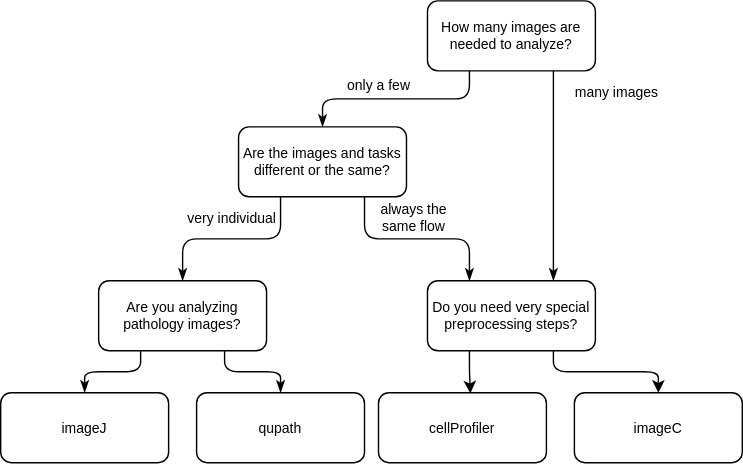
Before: docs/intro/images/decission_matrix.drawio.svg, a diagram exported from draw.io (joda01/imagec-doc). Source tidied: cells renumbered, new cells last; positions are measured from the earlier drawing's top-left corner, leaving out a move shared by most shapes. The source it was exported from:
```xml
<mxGraphModel>
  <root>
    <mxCell id="0" />
    <mxCell id="1" parent="0" />
    <mxCell id="2" style="edgeStyle=orthogonalEdgeStyle;html=1;exitX=0.25;exitY=1;exitDx=0;exitDy=0;entryX=0.5;entryY=0;entryDx=0;entryDy=0;fontSize=10;endArrow=classicThin;endFill=1;" parent="1" edge="1" source="4" target="7">
      <mxGeometry relative="1" as="geometry" />
    </mxCell>
    <mxCell id="3" style="edgeStyle=orthogonalEdgeStyle;html=1;exitX=0.75;exitY=1;exitDx=0;exitDy=0;entryX=0.75;entryY=0;entryDx=0;entryDy=0;fontSize=10;endArrow=classicThin;endFill=1;" parent="1" edge="1" source="4" target="11">
      <mxGeometry relative="1" as="geometry" />
    </mxCell>
    <mxCell id="4" value="How many images are needed to analyze?" style="rounded=1;whiteSpace=wrap;html=1;fontSize=10;" parent="1" vertex="1">
      <mxGeometry x="305" width="120" height="50" as="geometry" />
    </mxCell>
    <mxCell id="5" style="edgeStyle=orthogonalEdgeStyle;html=1;exitX=0.75;exitY=1;exitDx=0;exitDy=0;entryX=0.25;entryY=0;entryDx=0;entryDy=0;fontSize=10;endArrow=classicThin;endFill=1;" parent="1" edge="1" source="7" target="11">
      <mxGeometry relative="1" as="geometry" />
    </mxCell>
    <mxCell id="6" style="edgeStyle=orthogonalEdgeStyle;html=1;exitX=0.25;exitY=1;exitDx=0;exitDy=0;entryX=0.5;entryY=0;entryDx=0;entryDy=0;fontSize=10;endArrow=classicThin;endFill=1;" parent="1" edge="1" source="7" target="14">
      <mxGeometry relative="1" as="geometry" />
    </mxCell>
    <mxCell id="7" value="Are the images and tasks different or the same?" style="rounded=1;whiteSpace=wrap;html=1;fontSize=10;" parent="1" vertex="1">
      <mxGeometry x="170" y="90" width="120" height="50" as="geometry" />
    </mxCell>
    <mxCell id="8" value="only a few" style="text;html=1;align=center;verticalAlign=middle;strokeColor=none;fillColor=none;fontSize=10;" parent="1" vertex="1">
      <mxGeometry x="235" y="45" width="70" height="30" as="geometry" />
    </mxCell>
    <mxCell id="9" style="edgeStyle=orthogonalEdgeStyle;html=1;exitX=0.25;exitY=1;exitDx=0;exitDy=0;entryX=0.547;entryY=0.009;entryDx=0;entryDy=0;entryPerimeter=0;" parent="1" edge="1" source="11" target="20">
      <mxGeometry relative="1" as="geometry" />
    </mxCell>
    <mxCell id="10" style="edgeStyle=orthogonalEdgeStyle;html=1;exitX=0.75;exitY=1;exitDx=0;exitDy=0;entryX=0.5;entryY=0;entryDx=0;entryDy=0;" parent="1" edge="1" source="11" target="21">
      <mxGeometry relative="1" as="geometry" />
    </mxCell>
    <mxCell id="11" value="Do you need very special preprocessing steps?" style="rounded=1;whiteSpace=wrap;html=1;fontSize=10;" parent="1" vertex="1">
      <mxGeometry x="305" y="200" width="120" height="50" as="geometry" />
    </mxCell>
    <mxCell id="12" style="edgeStyle=orthogonalEdgeStyle;html=1;exitX=0.25;exitY=1;exitDx=0;exitDy=0;entryX=0.5;entryY=0;entryDx=0;entryDy=0;fontSize=10;endArrow=classicThin;endFill=1;" parent="1" edge="1" source="14" target="16">
      <mxGeometry relative="1" as="geometry" />
    </mxCell>
    <mxCell id="13" style="edgeStyle=orthogonalEdgeStyle;html=1;exitX=0.75;exitY=1;exitDx=0;exitDy=0;entryX=0.5;entryY=0;entryDx=0;entryDy=0;fontSize=10;endArrow=classicThin;endFill=1;" parent="1" edge="1" source="14" target="17">
      <mxGeometry relative="1" as="geometry" />
    </mxCell>
    <mxCell id="14" value="&lt;div style=&quot;&quot;&gt;&lt;span style=&quot;background-color: initial;&quot;&gt;Are you analyzing pathology images?&lt;/span&gt;&lt;/div&gt;" style="rounded=1;whiteSpace=wrap;html=1;fontSize=10;align=center;" parent="1" vertex="1">
      <mxGeometry x="70" y="200" width="120" height="50" as="geometry" />
    </mxCell>
    <mxCell id="15" value="very individual" style="text;html=1;align=center;verticalAlign=middle;strokeColor=none;fillColor=none;fontSize=10;" parent="1" vertex="1">
      <mxGeometry x="120" y="140" width="90" height="30" as="geometry" />
    </mxCell>
    <mxCell id="16" value="&lt;div style=&quot;&quot;&gt;imageJ&lt;br&gt;&lt;/div&gt;" style="rounded=1;whiteSpace=wrap;html=1;fontSize=10;align=center;" parent="1" vertex="1">
      <mxGeometry y="280" width="120" height="50" as="geometry" />
    </mxCell>
    <mxCell id="17" value="&lt;div style=&quot;&quot;&gt;qupath&lt;br&gt;&lt;/div&gt;" style="rounded=1;whiteSpace=wrap;html=1;fontSize=10;align=center;" parent="1" vertex="1">
      <mxGeometry x="140" y="280" width="120" height="50" as="geometry" />
    </mxCell>
    <mxCell id="18" value="many images" style="text;html=1;align=center;verticalAlign=middle;strokeColor=none;fillColor=none;fontSize=10;" parent="1" vertex="1">
      <mxGeometry x="400" y="50" width="80" height="30" as="geometry" />
    </mxCell>
    <mxCell id="19" value="always the &lt;br&gt;same flow" style="text;html=1;align=center;verticalAlign=middle;strokeColor=none;fillColor=none;fontSize=10;" parent="1" vertex="1">
      <mxGeometry x="260" y="135" width="70" height="40" as="geometry" />
    </mxCell>
    <mxCell id="20" value="&lt;div style=&quot;&quot;&gt;cellProfiler&lt;br&gt;&lt;/div&gt;" style="rounded=1;whiteSpace=wrap;html=1;fontSize=10;align=center;" parent="1" vertex="1">
      <mxGeometry x="270" y="280" width="120" height="50" as="geometry" />
    </mxCell>
    <mxCell id="21" value="&lt;div style=&quot;&quot;&gt;imageC&lt;br&gt;&lt;/div&gt;" style="rounded=1;whiteSpace=wrap;html=1;fontSize=10;align=center;" parent="1" vertex="1">
      <mxGeometry x="410" y="280" width="120" height="50" as="geometry" />
    </mxCell>
  </root>
</mxGraphModel>
```
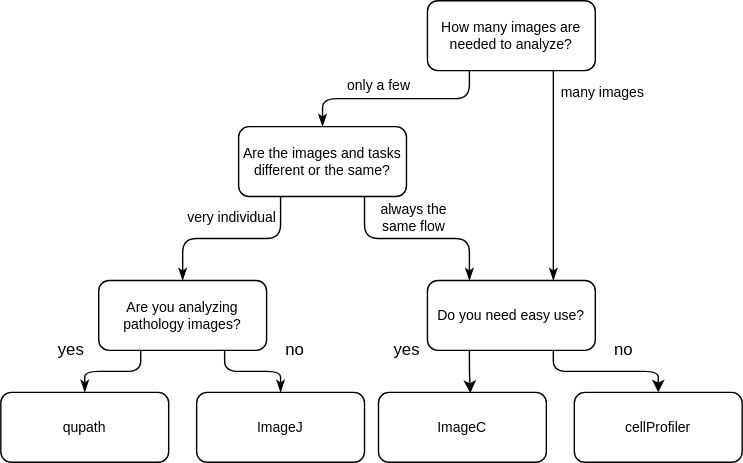
The same file after the commit.

What changed in the source:
```diff
@@ -29,7 +29,7 @@
     <mxCell id="10" style="edgeStyle=orthogonalEdgeStyle;html=1;exitX=0.75;exitY=1;exitDx=0;exitDy=0;entryX=0.5;entryY=0;entryDx=0;entryDy=0;" parent="1" edge="1" source="11" target="21">
       <mxGeometry relative="1" as="geometry" />
     </mxCell>
-    <mxCell id="11" value="Do you need very special preprocessing steps?" style="rounded=1;whiteSpace=wrap;html=1;fontSize=10;" parent="1" vertex="1">
+    <mxCell id="11" value="Do you need easy use?&amp;nbsp;" style="rounded=1;whiteSpace=wrap;html=1;fontSize=10;" parent="1" vertex="1">
       <mxGeometry x="305" y="200" width="120" height="50" as="geometry" />
     </mxCell>
     <mxCell id="12" style="edgeStyle=orthogonalEdgeStyle;html=1;exitX=0.25;exitY=1;exitDx=0;exitDy=0;entryX=0.5;entryY=0;entryDx=0;entryDy=0;fontSize=10;endArrow=classicThin;endFill=1;" parent="1" edge="1" source="14" target="16">
@@ -44,23 +44,35 @@
     <mxCell id="15" value="very individual" style="text;html=1;align=center;verticalAlign=middle;strokeColor=none;fillColor=none;fontSize=10;" parent="1" vertex="1">
       <mxGeometry x="120" y="140" width="90" height="30" as="geometry" />
     </mxCell>
-    <mxCell id="16" value="&lt;div style=&quot;&quot;&gt;imageJ&lt;br&gt;&lt;/div&gt;" style="rounded=1;whiteSpace=wrap;html=1;fontSize=10;align=center;" parent="1" vertex="1">
+    <mxCell id="16" value="&lt;div style=&quot;&quot;&gt;qupath&lt;br&gt;&lt;/div&gt;" style="rounded=1;whiteSpace=wrap;html=1;fontSize=10;align=center;" parent="1" vertex="1">
       <mxGeometry y="280" width="120" height="50" as="geometry" />
     </mxCell>
-    <mxCell id="17" value="&lt;div style=&quot;&quot;&gt;qupath&lt;br&gt;&lt;/div&gt;" style="rounded=1;whiteSpace=wrap;html=1;fontSize=10;align=center;" parent="1" vertex="1">
+    <mxCell id="17" value="&lt;div style=&quot;&quot;&gt;ImageJ&lt;br&gt;&lt;/div&gt;" style="rounded=1;whiteSpace=wrap;html=1;fontSize=10;align=center;" parent="1" vertex="1">
       <mxGeometry x="140" y="280" width="120" height="50" as="geometry" />
     </mxCell>
     <mxCell id="18" value="many images" style="text;html=1;align=center;verticalAlign=middle;strokeColor=none;fillColor=none;fontSize=10;" parent="1" vertex="1">
-      <mxGeometry x="400" y="50" width="80" height="30" as="geometry" />
+      <mxGeometry x="390" y="50" width="80" height="30" as="geometry" />
     </mxCell>
     <mxCell id="19" value="always the &lt;br&gt;same flow" style="text;html=1;align=center;verticalAlign=middle;strokeColor=none;fillColor=none;fontSize=10;" parent="1" vertex="1">
       <mxGeometry x="260" y="135" width="70" height="40" as="geometry" />
     </mxCell>
-    <mxCell id="20" value="&lt;div style=&quot;&quot;&gt;cellProfiler&lt;br&gt;&lt;/div&gt;" style="rounded=1;whiteSpace=wrap;html=1;fontSize=10;align=center;" parent="1" vertex="1">
+    <mxCell id="20" value="&lt;div style=&quot;&quot;&gt;ImageC&lt;br&gt;&lt;/div&gt;" style="rounded=1;whiteSpace=wrap;html=1;fontSize=10;align=center;" parent="1" vertex="1">
       <mxGeometry x="270" y="280" width="120" height="50" as="geometry" />
     </mxCell>
-    <mxCell id="21" value="&lt;div style=&quot;&quot;&gt;imageC&lt;br&gt;&lt;/div&gt;" style="rounded=1;whiteSpace=wrap;html=1;fontSize=10;align=center;" parent="1" vertex="1">
+    <mxCell id="21" value="&lt;div style=&quot;&quot;&gt;cellProfiler&lt;br&gt;&lt;/div&gt;" style="rounded=1;whiteSpace=wrap;html=1;fontSize=10;align=center;" parent="1" vertex="1">
       <mxGeometry x="410" y="280" width="120" height="50" as="geometry" />
     </mxCell>
+    <mxCell id="22" value="yes" style="text;html=1;align=center;verticalAlign=middle;strokeColor=none;fillColor=none;" parent="1" vertex="1">
+      <mxGeometry x="30" y="235" width="40" height="30" as="geometry" />
+    </mxCell>
+    <mxCell id="23" value="no" style="text;html=1;align=center;verticalAlign=middle;strokeColor=none;fillColor=none;" parent="1" vertex="1">
+      <mxGeometry x="190" y="235" width="40" height="30" as="geometry" />
+    </mxCell>
+    <mxCell id="24" value="yes" style="text;html=1;align=center;verticalAlign=middle;strokeColor=none;fillColor=none;" parent="1" vertex="1">
+      <mxGeometry x="270" y="235" width="40" height="30" as="geometry" />
+    </mxCell>
+    <mxCell id="25" value="no" style="text;html=1;align=center;verticalAlign=middle;strokeColor=none;fillColor=none;" parent="1" vertex="1">
+      <mxGeometry x="425" y="235" width="40" height="30" as="geometry" />
+    </mxCell>
   </root>
 </mxGraphModel>
```
